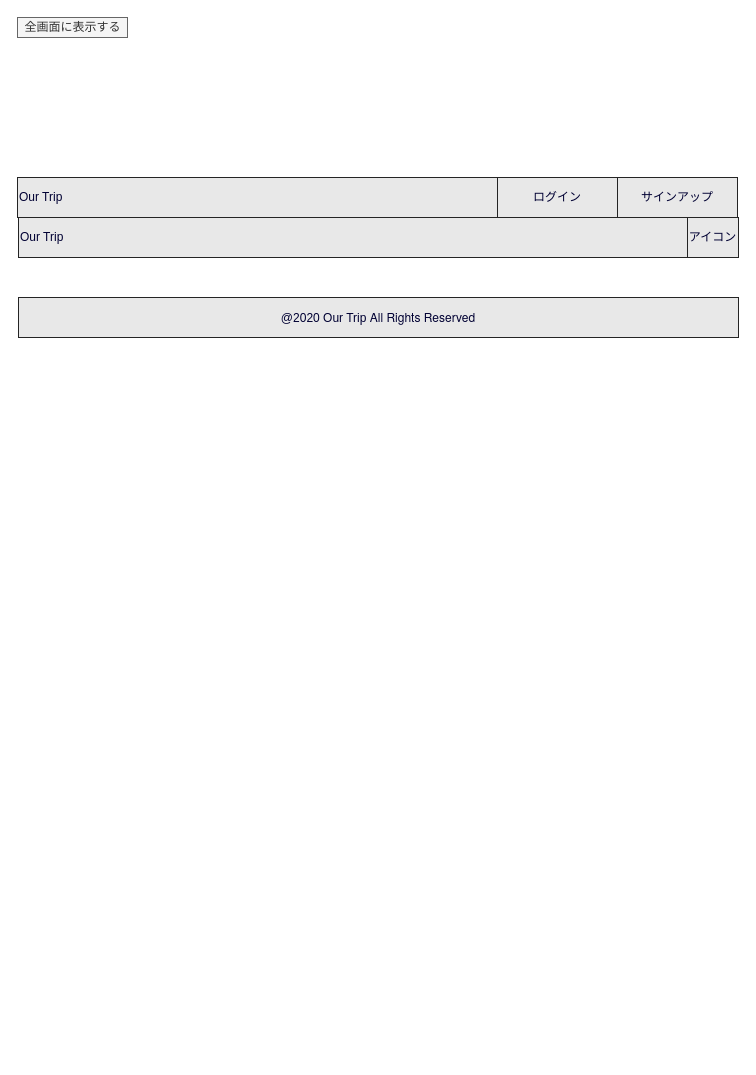
Earlier version of the draw.io diagram page "フッター&ヘッダー" (1 of 18) of doc/screen.dio (missyu3/our_trip_old). Source tidied: cells renumbered, new cells numbered last; positions are measured from the earlier drawing's top-left corner, leaving out a move shared by most shapes. Both pictures are drawn from the tidied source at 100%, with x=0, y=0 at pixel (17, 17).
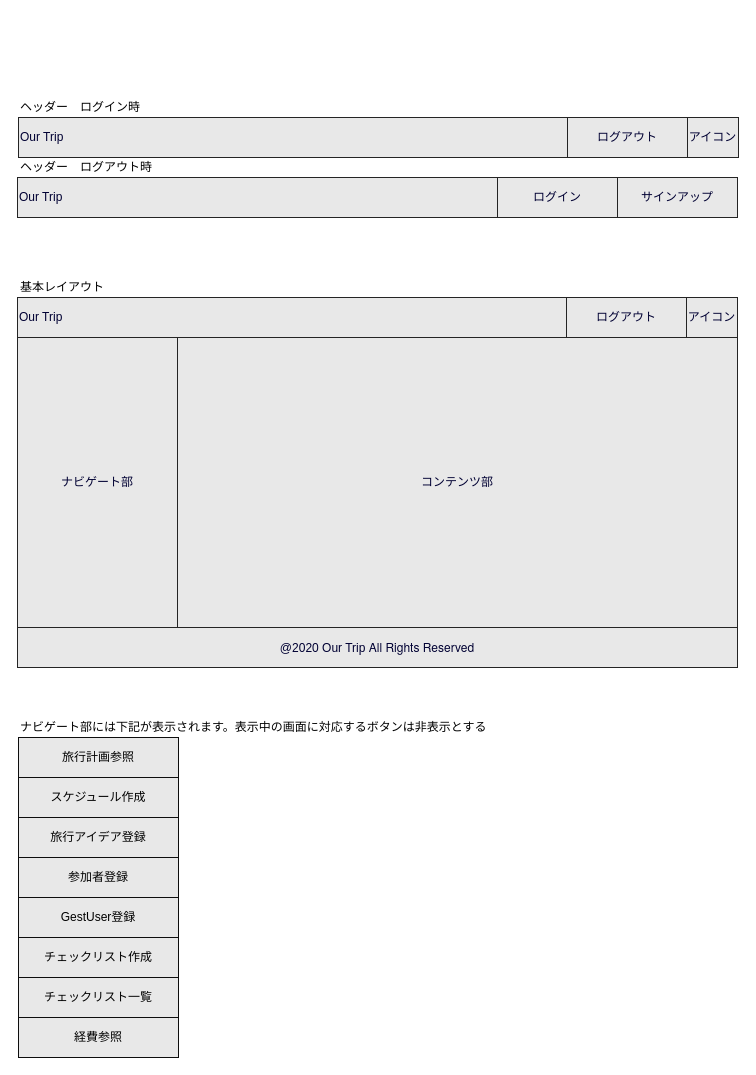
The same page after the edit.

Change to the diagram source:
```diff
@@
-    <mxCell id="4" value="Our Trip" style="rounded=0;whiteSpace=wrap;html=1;fillColor=#E8E8E8;fontColor=#000033;strokeColor=#242424;align=left;" parent="1" vertex="1">
-      <mxGeometry y="160" width="480" height="40" as="geometry" />
-    </mxCell>
+    <mxCell id="9" value="Our Trip" style="rounded=0;whiteSpace=wrap;html=1;fillColor=#E8E8E8;fontColor=#000033;strokeColor=#242424;align=left;" parent="1" vertex="1">
+      <mxGeometry y="160" width="480" height="40" as="geometry" />
+    </mxCell>
     <mxCell id="5" value="@2020 Our Trip&amp;nbsp;&lt;span style=&quot;font-family: &amp;quot;helvetica neue&amp;quot;&quot;&gt;All Rights Reserved&lt;/span&gt;&lt;br&gt;" style="rounded=0;whiteSpace=wrap;html=1;fillColor=#E8E8E8;fontColor=#000033;strokeColor=#242424;align=center;" parent="1" vertex="1">
-      <mxGeometry x="1" y="280" width="720" height="40" as="geometry" />
+      <mxGeometry y="610" width="720" height="40" as="geometry" />
     </mxCell>
-    <mxCell id="6" value="アイコン" style="rounded=0;whiteSpace=wrap;html=1;fillColor=#E8E8E8;fontColor=#000033;strokeColor=#242424;" parent="1" vertex="1">
-      <mxGeometry x="670" y="200" width="51" height="40" as="geometry" />
-    </mxCell>
-    <mxCell id="7" value="Our Trip" style="rounded=0;whiteSpace=wrap;html=1;fillColor=#E8E8E8;fontColor=#000033;strokeColor=#242424;align=left;" parent="1" vertex="1">
-      <mxGeometry x="1" y="200" width="669" height="40" as="geometry" />
-    </mxCell>
-    <mxCell id="8" value="全画面に表示する" style="text;html=1;align=center;verticalAlign=middle;fontColor=#333333;fillColor=#f5f5f5;strokeColor=#666666;" parent="1" vertex="1">
-      <mxGeometry width="110" height="20" as="geometry" />
-    </mxCell>
+    <mxCell id="10" value="アイコン" style="rounded=0;whiteSpace=wrap;html=1;fillColor=#E8E8E8;fontColor=#000033;strokeColor=#242424;" parent="1" vertex="1">
+      <mxGeometry x="670" y="100" width="51" height="40" as="geometry" />
+    </mxCell>
+    <mxCell id="11" value="Our Trip" style="rounded=0;whiteSpace=wrap;html=1;fillColor=#E8E8E8;fontColor=#000033;strokeColor=#242424;align=left;" parent="1" vertex="1">
+      <mxGeometry x="1" y="100" width="669" height="40" as="geometry" />
+    </mxCell>
+    <mxCell id="12" value="ヘッダー　ログアウト時" style="text;html=1;align=left;verticalAlign=middle;" parent="1" vertex="1">
+      <mxGeometry x="1" y="140" width="130" height="20" as="geometry" />
+    </mxCell>
+    <mxCell id="13" value="ヘッダー　ログイン時" style="text;html=1;align=left;verticalAlign=middle;" parent="1" vertex="1">
+      <mxGeometry x="1" y="80" width="120" height="20" as="geometry" />
+    </mxCell>
+    <mxCell id="14" value="ログアウト" style="rounded=0;whiteSpace=wrap;html=1;fillColor=#E8E8E8;fontColor=#000033;strokeColor=#242424;" parent="1" vertex="1">
+      <mxGeometry x="550" y="100" width="120" height="40" as="geometry" />
+    </mxCell>
+    <mxCell id="15" value="基本レイアウト" style="text;html=1;align=left;verticalAlign=middle;" parent="1" vertex="1">
+      <mxGeometry x="1" y="260" width="90" height="20" as="geometry" />
+    </mxCell>
+    <mxCell id="16" value="コンテンツ部" style="rounded=0;whiteSpace=wrap;html=1;fillColor=#E8E8E8;fontColor=#000033;strokeColor=#242424;align=center;" parent="1" vertex="1">
+      <mxGeometry x="160" y="320" width="560" height="290" as="geometry" />
+    </mxCell>
+    <mxCell id="17" value="ナビゲート部" style="rounded=0;whiteSpace=wrap;html=1;fillColor=#E8E8E8;fontColor=#000033;strokeColor=#242424;align=center;" parent="1" vertex="1">
+      <mxGeometry y="320" width="160" height="290" as="geometry" />
+    </mxCell>
+    <mxCell id="18" value="アイコン" style="rounded=0;whiteSpace=wrap;html=1;fillColor=#E8E8E8;fontColor=#000033;strokeColor=#242424;" parent="1" vertex="1">
+      <mxGeometry x="669" y="280" width="51" height="40" as="geometry" />
+    </mxCell>
+    <mxCell id="19" value="Our Trip" style="rounded=0;whiteSpace=wrap;html=1;fillColor=#E8E8E8;fontColor=#000033;strokeColor=#242424;align=left;" parent="1" vertex="1">
+      <mxGeometry y="280" width="669" height="40" as="geometry" />
+    </mxCell>
+    <mxCell id="20" value="ログアウト" style="rounded=0;whiteSpace=wrap;html=1;fillColor=#E8E8E8;fontColor=#000033;strokeColor=#242424;" parent="1" vertex="1">
+      <mxGeometry x="549" y="280" width="120" height="40" as="geometry" />
+    </mxCell>
+    <mxCell id="21" value="&lt;span style=&quot;color: rgb(0, 0, 0);&quot;&gt;参加者登録&lt;/span&gt;" style="rounded=0;whiteSpace=wrap;html=1;fillColor=#E8E8E8;fontColor=#000033;strokeColor=#0D0D0D;align=center;verticalAlign=middle;" parent="1" vertex="1">
+      <mxGeometry x="1" y="840" width="160" height="40" as="geometry" />
+    </mxCell>
+    <mxCell id="22" value="&lt;span style=&quot;color: rgb(0 , 0 , 0)&quot;&gt;スケジュール作成&lt;/span&gt;" style="rounded=0;whiteSpace=wrap;html=1;fillColor=#E8E8E8;fontColor=#000033;strokeColor=#0D0D0D;align=center;verticalAlign=middle;" parent="1" vertex="1">
+      <mxGeometry x="1" y="760" width="160" height="40" as="geometry" />
+    </mxCell>
+    <mxCell id="23" value="&lt;span style=&quot;color: rgb(0 , 0 , 0)&quot;&gt;旅行アイデア登録&lt;/span&gt;" style="rounded=0;whiteSpace=wrap;html=1;fillColor=#E8E8E8;fontColor=#000033;strokeColor=#0D0D0D;align=center;verticalAlign=middle;" parent="1" vertex="1">
+      <mxGeometry x="1" y="800" width="160" height="40" as="geometry" />
+    </mxCell>
+    <mxCell id="24" value="&lt;span style=&quot;color: rgb(0, 0, 0);&quot;&gt;チェックリスト作成&lt;/span&gt;" style="rounded=0;whiteSpace=wrap;html=1;fillColor=#E8E8E8;fontColor=#000033;strokeColor=#0D0D0D;align=center;verticalAlign=middle;" parent="1" vertex="1">
+      <mxGeometry x="1" y="920" width="160" height="40" as="geometry" />
+    </mxCell>
+    <mxCell id="25" value="&lt;span style=&quot;color: rgb(0, 0, 0);&quot;&gt;チェックリスト一覧&lt;/span&gt;" style="rounded=0;whiteSpace=wrap;html=1;fillColor=#E8E8E8;fontColor=#000033;strokeColor=#0D0D0D;align=center;verticalAlign=middle;" parent="1" vertex="1">
+      <mxGeometry x="1" y="960" width="160" height="40" as="geometry" />
+    </mxCell>
+    <mxCell id="26" value="&lt;span style=&quot;color: rgb(0, 0, 0);&quot;&gt;経費参照&lt;/span&gt;" style="rounded=0;whiteSpace=wrap;html=1;fillColor=#E8E8E8;fontColor=#000033;strokeColor=#0D0D0D;align=center;verticalAlign=middle;" parent="1" vertex="1">
+      <mxGeometry x="1" y="1000" width="160" height="40" as="geometry" />
+    </mxCell>
+    <mxCell id="27" value="&lt;span style=&quot;color: rgb(0 , 0 , 0)&quot;&gt;旅行計画参照&lt;/span&gt;" style="rounded=0;whiteSpace=wrap;html=1;fillColor=#E8E8E8;fontColor=#000033;strokeColor=#0D0D0D;align=center;verticalAlign=middle;" parent="1" vertex="1">
+      <mxGeometry x="1" y="720" width="160" height="40" as="geometry" />
+    </mxCell>
+    <mxCell id="28" value="ナビゲート部には下記が表示されます。表示中の画面に対応するボタンは非表示とする" style="text;html=1;align=left;verticalAlign=middle;" parent="1" vertex="1">
+      <mxGeometry x="1" y="700" width="480" height="20" as="geometry" />
+    </mxCell>
+    <mxCell id="29" value="&lt;span style=&quot;color: rgb(0 , 0 , 0)&quot;&gt;GestUser登録&lt;/span&gt;" style="rounded=0;whiteSpace=wrap;html=1;fillColor=#E8E8E8;fontColor=#000033;strokeColor=#0D0D0D;align=center;verticalAlign=middle;" parent="1" vertex="1">
+      <mxGeometry x="1" y="880" width="160" height="40" as="geometry" />
+    </mxCell>
```
